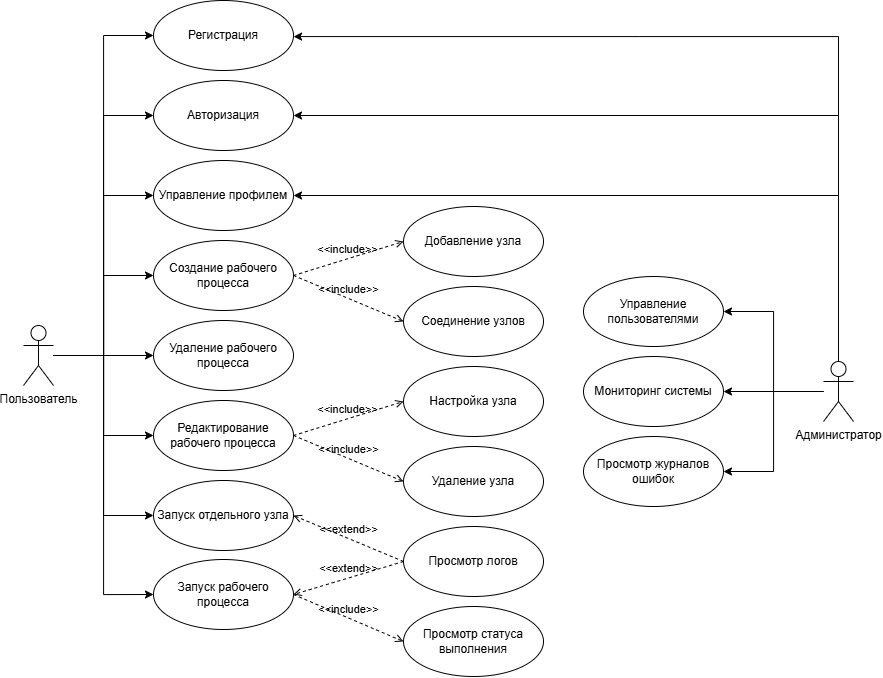
Before: docs/UML_use_case.png, a diagram exported from draw.io (Michail19/FlowAct). Source tidied: cells renumbered, new cells last; positions are measured from the earlier drawing's top-left corner, leaving out a move shared by most shapes.
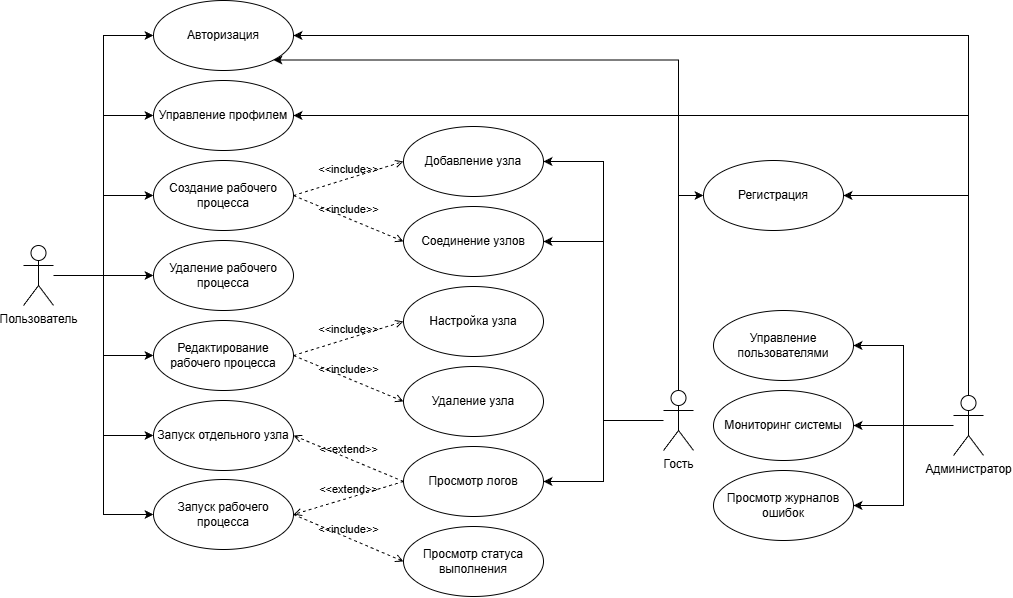
Above is the later version.

What changed in the source:
```diff
@@ -2,9 +2,6 @@
   <root>
     <mxCell id="0" />
     <mxCell id="1" parent="0" />
-    <mxCell id="2" style="edgeStyle=orthogonalEdgeStyle;rounded=0;jettySize=auto;html=1;entryX=0;entryY=0.5;entryDx=0;entryDy=0;" parent="1" edge="1" source="10" target="11">
-      <mxGeometry relative="1" as="geometry" />
-    </mxCell>
     <mxCell id="3" style="edgeStyle=orthogonalEdgeStyle;rounded=0;jettySize=auto;html=1;entryX=0;entryY=0.5;entryDx=0;entryDy=0;" parent="1" edge="1" source="10" target="12">
       <mxGeometry relative="1" as="geometry" />
     </mxCell>
@@ -30,7 +27,7 @@
       <mxGeometry y="325" width="30" height="60" as="geometry" />
     </mxCell>
     <mxCell id="11" value="Регистрация" style="ellipse;whiteSpace=wrap;html=1;" parent="1" vertex="1">
-      <mxGeometry x="130" width="140" height="70" as="geometry" />
+      <mxGeometry x="680" y="240" width="140" height="70" as="geometry" />
     </mxCell>
     <mxCell id="12" value="Авторизация" style="ellipse;whiteSpace=wrap;html=1;" parent="1" vertex="1">
       <mxGeometry x="130" y="80" width="140" height="70" as="geometry" />
@@ -57,19 +54,19 @@
       <mxGeometry x="380" y="526" width="140" height="70" as="geometry" />
     </mxCell>
     <mxCell id="20" value="Управление пользователями" style="ellipse;whiteSpace=wrap;html=1;" parent="1" vertex="1">
-      <mxGeometry x="560" y="276" width="140" height="70" as="geometry" />
+      <mxGeometry x="690" y="390" width="140" height="70" as="geometry" />
     </mxCell>
     <mxCell id="21" value="Мониторинг системы" style="ellipse;whiteSpace=wrap;html=1;" parent="1" vertex="1">
-      <mxGeometry x="560" y="356" width="140" height="70" as="geometry" />
+      <mxGeometry x="690" y="470" width="140" height="70" as="geometry" />
     </mxCell>
     <mxCell id="22" value="Просмотр журналов ошибок" style="ellipse;whiteSpace=wrap;html=1;" parent="1" vertex="1">
-      <mxGeometry x="560" y="436" width="140" height="70" as="geometry" />
+      <mxGeometry x="690" y="550" width="140" height="70" as="geometry" />
     </mxCell>
     <mxCell id="23" style="edgeStyle=orthogonalEdgeStyle;rounded=0;jettySize=auto;html=1;entryX=1;entryY=0.5;entryDx=0;entryDy=0;" parent="1" edge="1" source="29" target="20">
       <mxGeometry relative="1" as="geometry">
         <Array as="points">
-          <mxPoint x="750" y="391" />
-          <mxPoint x="750" y="311" />
+          <mxPoint x="880" y="505" />
+          <mxPoint x="880" y="425" />
         </Array>
       </mxGeometry>
     </mxCell>
@@ -79,35 +76,34 @@
     <mxCell id="25" style="edgeStyle=orthogonalEdgeStyle;rounded=0;jettySize=auto;html=1;entryX=1;entryY=0.5;entryDx=0;entryDy=0;" parent="1" edge="1" source="29" target="22">
       <mxGeometry relative="1" as="geometry">
         <Array as="points">
-          <mxPoint x="750" y="391" />
-          <mxPoint x="750" y="471" />
+          <mxPoint x="880" y="505" />
+          <mxPoint x="880" y="585" />
         </Array>
       </mxGeometry>
     </mxCell>
     <mxCell id="26" style="edgeStyle=orthogonalEdgeStyle;rounded=0;jettySize=auto;html=1;entryX=1;entryY=0.5;entryDx=0;entryDy=0;" parent="1" edge="1" source="29" target="11">
       <mxGeometry relative="1" as="geometry">
         <Array as="points">
-          <mxPoint x="615" y="36" />
-          <mxPoint x="435" y="36" />
+          <mxPoint x="945" y="275" />
         </Array>
       </mxGeometry>
     </mxCell>
     <mxCell id="27" style="edgeStyle=orthogonalEdgeStyle;rounded=0;jettySize=auto;html=1;entryX=1;entryY=0.5;entryDx=0;entryDy=0;" parent="1" edge="1" source="29" target="12">
       <mxGeometry relative="1" as="geometry">
         <Array as="points">
-          <mxPoint x="815" y="115" />
+          <mxPoint x="945" y="115" />
         </Array>
       </mxGeometry>
     </mxCell>
     <mxCell id="28" style="edgeStyle=orthogonalEdgeStyle;rounded=0;jettySize=auto;html=1;entryX=1;entryY=0.5;entryDx=0;entryDy=0;" parent="1" edge="1" source="29" target="13">
       <mxGeometry relative="1" as="geometry">
         <Array as="points">
-          <mxPoint x="815" y="195" />
+          <mxPoint x="945" y="195" />
         </Array>
       </mxGeometry>
     </mxCell>
     <mxCell id="29" value="Администратор" style="shape=umlActor;verticalLabelPosition=bottom;verticalAlign=top;html=1;" parent="1" vertex="1">
-      <mxGeometry x="800" y="361" width="30" height="60" as="geometry" />
+      <mxGeometry x="930" y="475" width="30" height="60" as="geometry" />
     </mxCell>
     <mxCell id="30" value="&amp;lt;&amp;lt;include&amp;gt;&amp;gt;" style="html=1;verticalAlign=bottom;labelBackgroundColor=none;endArrow=open;endFill=0;dashed=1;rounded=0;exitX=1;exitY=0.5;exitDx=0;exitDy=0;entryX=0;entryY=0.5;entryDx=0;entryDy=0;" parent="1" edge="1" source="17" target="18">
       <mxGeometry relative="1" as="geometry" />
@@ -145,5 +141,31 @@
     <mxCell id="41" value="&amp;lt;&amp;lt;extend&amp;gt;&amp;gt;" style="html=1;verticalAlign=bottom;labelBackgroundColor=none;endArrow=open;endFill=0;dashed=1;rounded=0;exitX=0;exitY=0.5;exitDx=0;exitDy=0;entryX=1;entryY=0.5;entryDx=0;entryDy=0;" parent="1" edge="1" source="19" target="38">
       <mxGeometry relative="1" as="geometry" />
     </mxCell>
+    <mxCell id="42" style="edgeStyle=orthogonalEdgeStyle;rounded=0;jettySize=auto;html=1;entryX=0;entryY=0.5;entryDx=0;entryDy=0;" parent="1" edge="1" source="47" target="11">
+      <mxGeometry relative="1" as="geometry">
+        <Array as="points">
+          <mxPoint x="655" y="275" />
+        </Array>
+      </mxGeometry>
+    </mxCell>
+    <mxCell id="43" style="edgeStyle=orthogonalEdgeStyle;rounded=0;jettySize=auto;html=1;entryX=1;entryY=1;entryDx=0;entryDy=0;" parent="1" edge="1" source="47" target="12">
+      <mxGeometry relative="1" as="geometry">
+        <Array as="points">
+          <mxPoint x="655" y="140" />
+        </Array>
+      </mxGeometry>
+    </mxCell>
+    <mxCell id="44" style="edgeStyle=orthogonalEdgeStyle;rounded=0;jettySize=auto;html=1;entryX=1;entryY=0.5;entryDx=0;entryDy=0;" parent="1" edge="1" source="47" target="32">
+      <mxGeometry relative="1" as="geometry" />
+    </mxCell>
+    <mxCell id="45" style="edgeStyle=orthogonalEdgeStyle;rounded=0;jettySize=auto;html=1;entryX=1;entryY=0.5;entryDx=0;entryDy=0;" parent="1" edge="1" source="47" target="33">
+      <mxGeometry relative="1" as="geometry" />
+    </mxCell>
+    <mxCell id="46" style="edgeStyle=orthogonalEdgeStyle;rounded=0;jettySize=auto;html=1;entryX=1;entryY=0.5;entryDx=0;entryDy=0;" parent="1" edge="1" source="47" target="19">
+      <mxGeometry relative="1" as="geometry" />
+    </mxCell>
+    <mxCell id="47" value="Гость" style="shape=umlActor;verticalLabelPosition=bottom;verticalAlign=top;html=1;outlineConnect=0;" parent="1" vertex="1">
+      <mxGeometry x="640" y="470" width="30" height="60" as="geometry" />
+    </mxCell>
   </root>
 </mxGraphModel>
```
